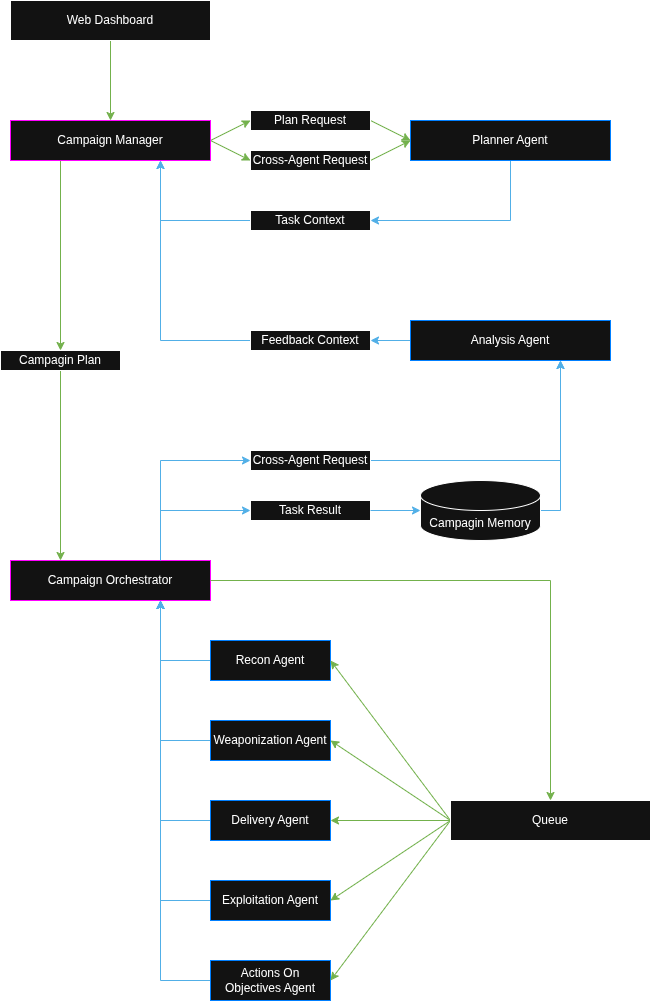
therustymate/ARES keeps this draw.io diagram as rsrc/main_workflow.png. Above is the earlier version. Source tidied: cells renumbered, new cells last; positions are measured from the earlier drawing's top-left corner, leaving out a move shared by most shapes.
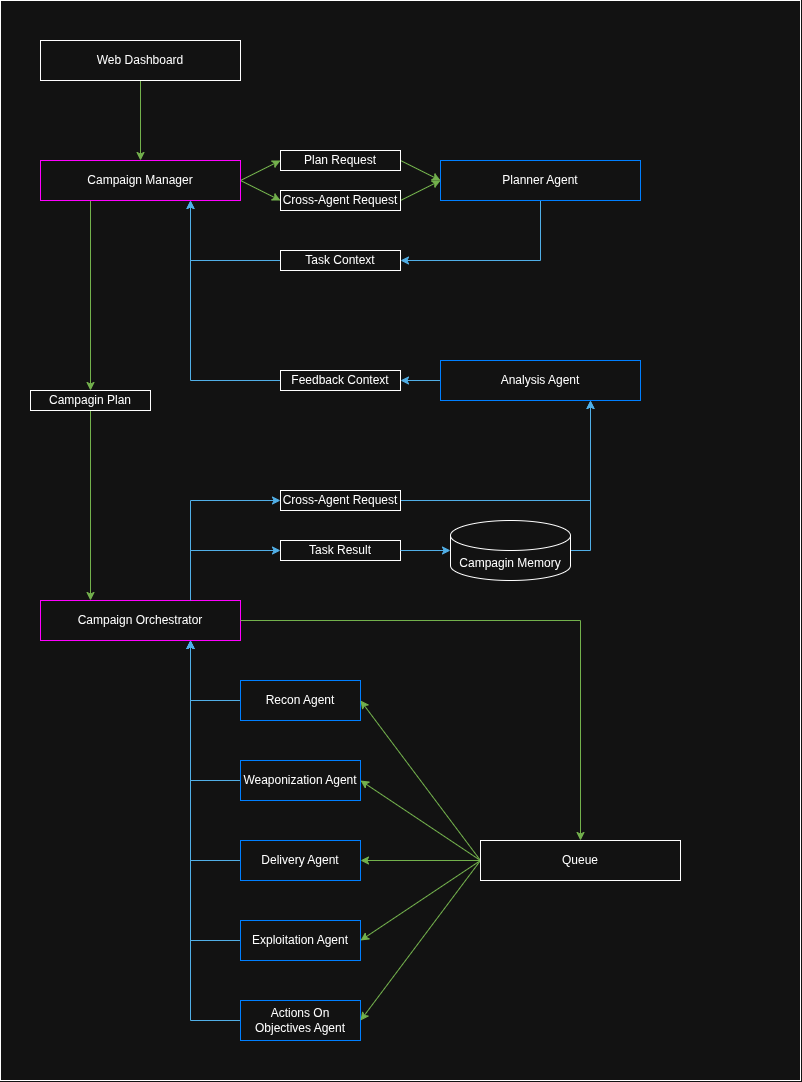
Above is the later version.

What changed in the source:
```diff
@@ -2,6 +2,9 @@
   <root>
     <mxCell id="0" />
     <mxCell id="1" parent="0" />
+    <mxCell id="48" style="rounded=0;whiteSpace=wrap;html=1;" parent="1" vertex="1">
+      <mxGeometry x="-30" y="-40" width="800" height="1080" as="geometry" />
+    </mxCell>
     <mxCell id="2" style="edgeStyle=orthogonalEdgeStyle;rounded=0;jettySize=auto;html=1;exitX=0.5;exitY=1;exitDx=0;exitDy=0;entryX=0.5;entryY=0;entryDx=0;entryDy=0;fillColor=#60a917;strokeColor=#2D7600;" parent="1" edge="1" source="3" target="7">
       <mxGeometry relative="1" as="geometry" />
     </mxCell>
```
